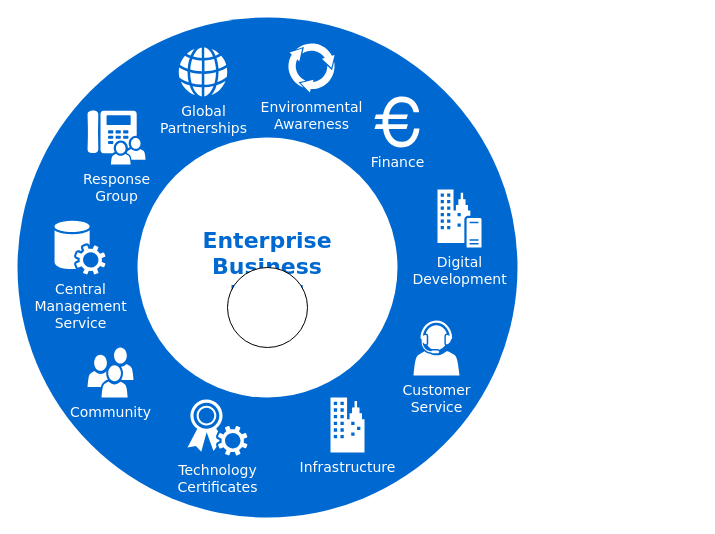
Above: Untitled Diagram.drawio in JennieZhu/TestHelloWorld (draw.io), before the change. Source tidied: cells renumbered, new cells numbered last; positions are measured from the earlier drawing's top-left corner, leaving out a move shared by most shapes. Both pictures are drawn from the tidied source at 100%, with x=0, y=0 at pixel (17, 17).
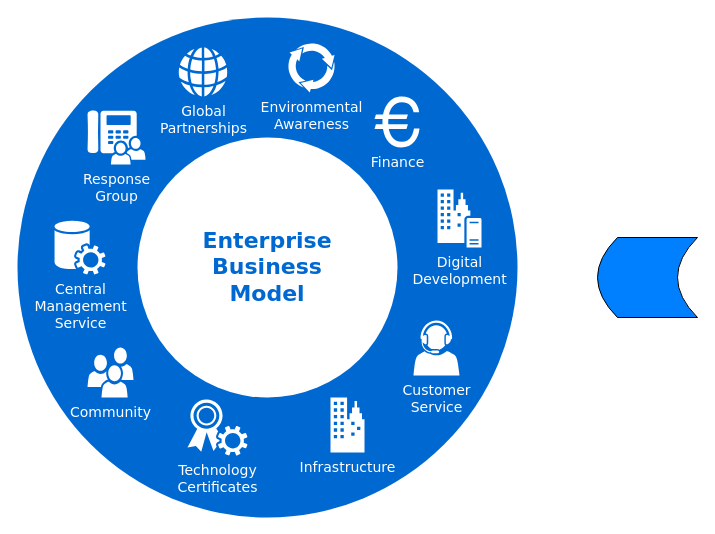
Above is the later version.

What changed in the source:
```diff
@@
 <mxGraphModel background="#ffffff">
   <root>
     <mxCell id="0" />
     <mxCell id="1" parent="0" />
     <mxCell id="2" style="ellipse;whiteSpace=wrap;html=1;rounded=0;shadow=0;comic=0;strokeWidth=1;fontFamily=Verdana;fontSize=14;strokeColor=none;fillColor=#0069D1;" parent="1" vertex="1">
       <mxGeometry width="500" height="500" as="geometry" />
     </mxCell>
     <mxCell id="3" value="Enterprise&lt;div&gt;Business&lt;/div&gt;&lt;div&gt;Model&lt;/div&gt;" style="ellipse;whiteSpace=wrap;html=1;rounded=0;shadow=0;comic=0;strokeWidth=1;fontFamily=Verdana;fontSize=22;strokeColor=none;fillColor=#ffffff;fontColor=#0069D1;fontStyle=1;" parent="1" vertex="1">
       <mxGeometry x="120" y="120" width="260" height="260" as="geometry" />
     </mxCell>
     <mxCell id="4" value="Community" style="shadow=0;dashed=0;html=1;strokeColor=none;fillColor=#ffffff;labelPosition=center;verticalLabelPosition=bottom;verticalAlign=top;shape=mxgraph.office.users.users;rounded=0;comic=0;fontFamily=Verdana;fontSize=14;fontColor=#FFFFFF;" parent="1" vertex="1">
       <mxGeometry x="70" y="330" width="46" height="50" as="geometry" />
     </mxCell>
     <mxCell id="5" value="Customer&lt;div&gt;Service&lt;/div&gt;" style="shadow=0;dashed=0;html=1;strokeColor=none;fillColor=#ffffff;labelPosition=center;verticalLabelPosition=bottom;verticalAlign=top;shape=mxgraph.office.users.call_center_agent;rounded=0;comic=0;fontFamily=Verdana;fontSize=14;fontColor=#FFFFFF;" parent="1" vertex="1">
       <mxGeometry x="396" y="303" width="46" height="55" as="geometry" />
     </mxCell>
     <mxCell id="6" value="Response&lt;div&gt;Group&lt;/div&gt;" style="shadow=0;dashed=0;html=1;strokeColor=none;fillColor=#ffffff;labelPosition=center;verticalLabelPosition=bottom;verticalAlign=top;shape=mxgraph.office.users.response_group;rounded=0;comic=0;fontFamily=Verdana;fontSize=14;fontColor=#FFFFFF;" parent="1" vertex="1">
       <mxGeometry x="70" y="93" width="58" height="54" as="geometry" />
     </mxCell>
     <mxCell id="7" value="Central&lt;div&gt;Management&lt;/div&gt;&lt;div&gt;Service&lt;/div&gt;" style="shadow=0;dashed=0;html=1;strokeColor=none;fillColor=#ffffff;labelPosition=center;verticalLabelPosition=bottom;verticalAlign=top;shape=mxgraph.office.services.central_management_service;rounded=0;comic=0;fontFamily=Verdana;fontSize=14;fontColor=#FFFFFF;" parent="1" vertex="1">
       <mxGeometry x="37" y="203" width="51" height="54" as="geometry" />
     </mxCell>
     <mxCell id="8" value="Digital&lt;div&gt;Development&lt;/div&gt;" style="shadow=0;dashed=0;html=1;strokeColor=none;fillColor=#ffffff;labelPosition=center;verticalLabelPosition=bottom;verticalAlign=top;shape=mxgraph.office.servers.on_premises_server;rounded=0;comic=0;fontFamily=Verdana;fontSize=14;fontColor=#FFFFFF;" parent="1" vertex="1">
       <mxGeometry x="420" y="172" width="44" height="58" as="geometry" />
     </mxCell>
     <mxCell id="9" value="Technology&lt;div&gt;Certificates&lt;/div&gt;" style="shadow=0;dashed=0;html=1;strokeColor=none;fillColor=#ffffff;labelPosition=center;verticalLabelPosition=bottom;verticalAlign=top;shape=mxgraph.office.security.token_service;rounded=0;comic=0;fontFamily=Verdana;fontSize=14;fontColor=#FFFFFF;" parent="1" vertex="1">
       <mxGeometry x="170" y="382" width="60" height="56" as="geometry" />
     </mxCell>
     <mxCell id="10" value="Infrastructure" style="shadow=0;dashed=0;html=1;strokeColor=none;fillColor=#ffffff;labelPosition=center;verticalLabelPosition=bottom;verticalAlign=top;shape=mxgraph.office.concepts.on_premises;rounded=0;comic=0;fontFamily=Verdana;fontSize=14;fontColor=#FFFFFF;" parent="1" vertex="1">
       <mxGeometry x="313" y="380" width="34" height="55" as="geometry" />
     </mxCell>
     <mxCell id="11" value="Global&lt;div&gt;Partnerships&lt;/div&gt;" style="shadow=0;dashed=0;html=1;strokeColor=none;fillColor=#ffffff;labelPosition=center;verticalLabelPosition=bottom;verticalAlign=top;shape=mxgraph.office.concepts.globe_internet;rounded=0;comic=0;fontFamily=Verdana;fontSize=14;fontColor=#FFFFFF;" parent="1" vertex="1">
       <mxGeometry x="161" y="30" width="49" height="49" as="geometry" />
     </mxCell>
     <mxCell id="12" value="Environmental&lt;div&gt;Awareness&lt;/div&gt;" style="shadow=0;dashed=0;html=1;strokeColor=none;shape=mxgraph.mscae.general.continuous_cycle;fillColor=#ffffff;rounded=0;comic=0;fontFamily=Verdana;fontSize=14;fontColor=#FFFFFF;verticalAlign=top;labelPosition=center;verticalLabelPosition=bottom;align=center;" parent="1" vertex="1">
       <mxGeometry x="270" y="25" width="48" height="50" as="geometry" />
     </mxCell>
     <mxCell id="13" value="Finance" style="shape=mxgraph.signs.travel.euro;html=1;fillColor=#ffffff;strokeColor=none;verticalLabelPosition=bottom;verticalAlign=top;align=center;rounded=0;shadow=0;dashed=0;comic=0;fontFamily=Verdana;fontSize=14;fontColor=#FFFFFF;" parent="1" vertex="1">
       <mxGeometry x="357" y="79" width="45" height="51" as="geometry" />
     </mxCell>
-    <mxCell id="14" style="ellipse;whiteSpace=wrap;html=1;" parent="1" vertex="1">
-      <mxGeometry x="210" y="250" width="80" height="80" as="geometry" />
-    </mxCell>
+    <mxCell id="15" style="shape=dataStorage;whiteSpace=wrap;html=1;fixedSize=1;fillColor=#007FFF;" parent="1" vertex="1">
+      <mxGeometry x="580" y="220" width="100" height="80" as="geometry" />
+    </mxCell>
   </root>
 </mxGraphModel>
```
